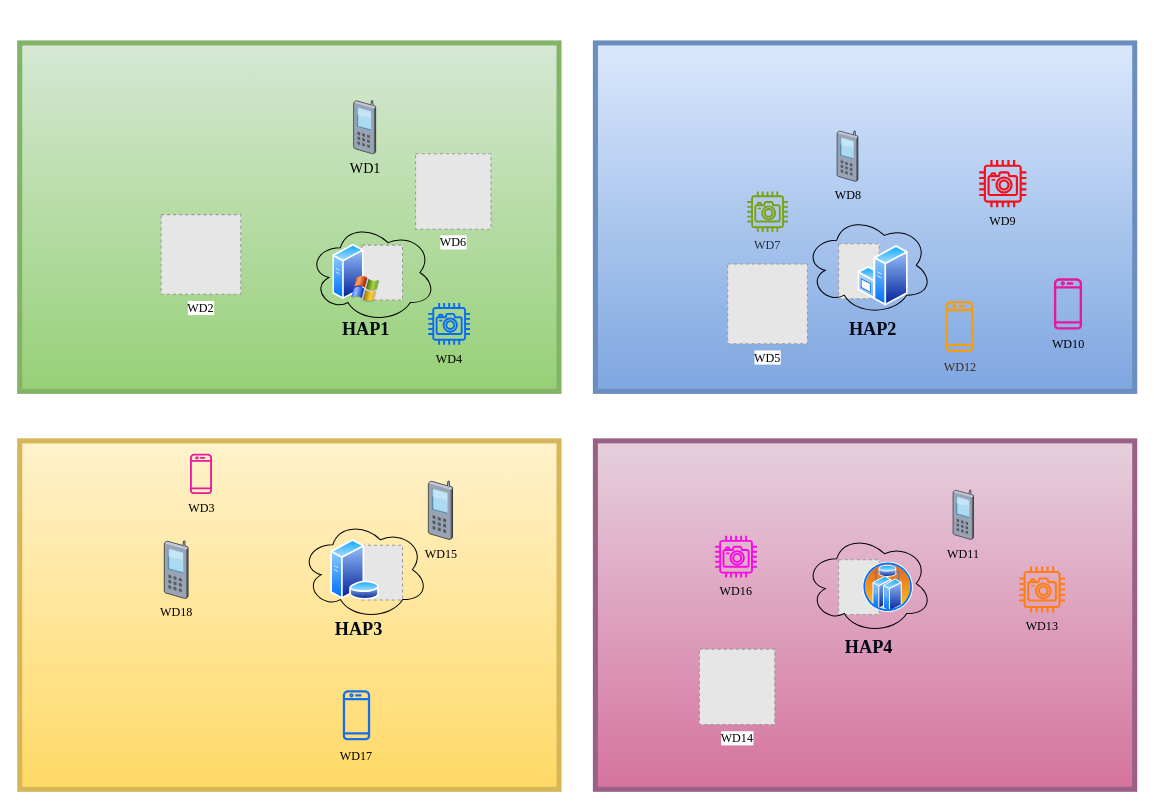
Earlier version of the draw.io diagram page "第 2 页" (2 of 3) of server/multi_devices_distrubution.drawio (lxl0915/Intelligent_Housekeeper). Source tidied: cells renumbered, new cells numbered last; positions are measured from the earlier drawing's top-left corner, leaving out a move shared by most shapes. Both pictures are drawn from the tidied source at 101%, with x=0, y=0 at pixel (19, 42). Pictures stored in the file or linked from it are replaced by grey dashed boxes.
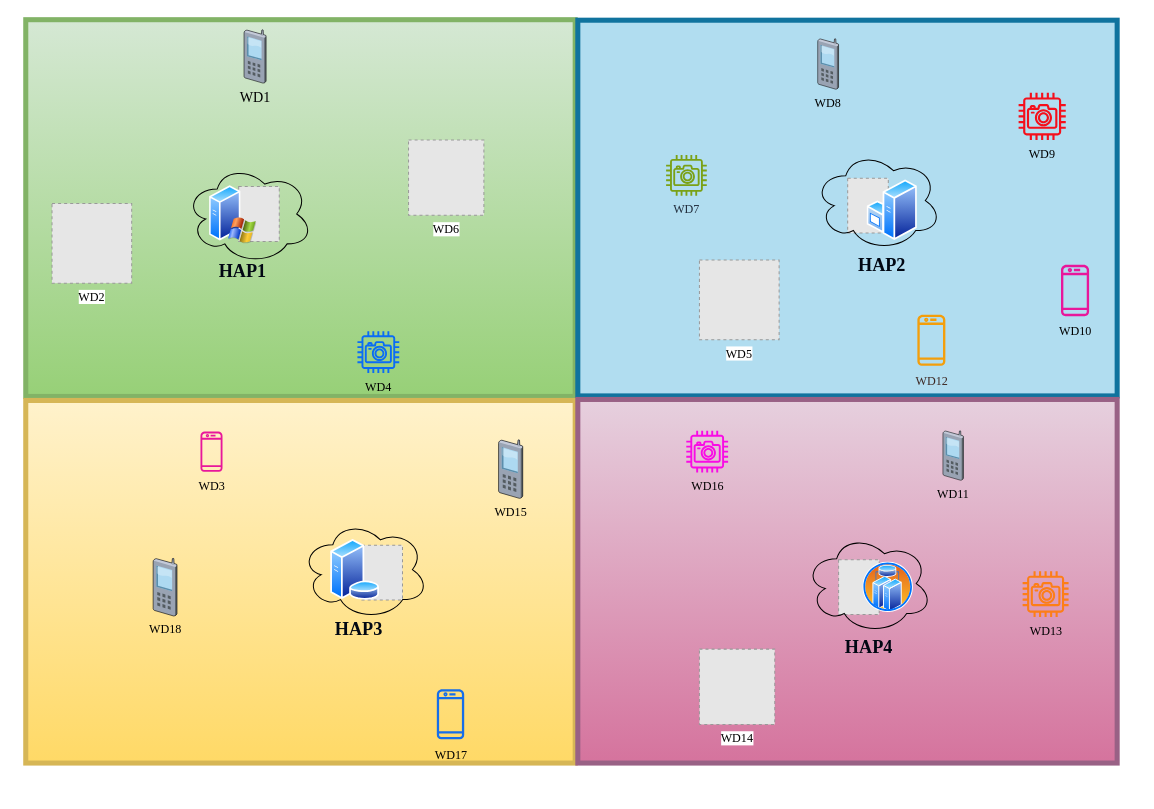
Above is the later version.

Change to the diagram source:
```diff
@@
+    <mxCell id="5" style="rounded=0;whiteSpace=wrap;html=1;strokeColor=#82b366;fillColor=#d5e8d4;strokeWidth=5;gradientColor=#97d077;" parent="1" vertex="1">
+      <mxGeometry x="6" y="-23" width="544" height="373" as="geometry" />
+    </mxCell>
+    <mxCell id="4" style="rounded=0;whiteSpace=wrap;html=1;strokeColor=#10739e;fillColor=#b1ddf0;strokeWidth=5;" parent="1" vertex="1">
+      <mxGeometry x="552.6" y="-22.5" width="534" height="372" as="geometry" />
+    </mxCell>
     <mxCell id="2" style="rounded=0;whiteSpace=wrap;html=1;strokeColor=#d6b656;fillColor=#fff2cc;strokeWidth=5;gradientColor=#ffd966;" parent="1" vertex="1">
-      <mxGeometry y="394" width="534" height="345" as="geometry" />
+      <mxGeometry x="6" y="354" width="544" height="359" as="geometry" />
     </mxCell>
     <mxCell id="3" style="rounded=0;whiteSpace=wrap;html=1;strokeColor=#996185;fillColor=#e6d0de;strokeWidth=5;gradientColor=#d5739d;" parent="1" vertex="1">
-      <mxGeometry x="570" y="394" width="534" height="345" as="geometry" />
+      <mxGeometry x="552.6" y="353" width="534" height="360" as="geometry" />
     </mxCell>
-    <mxCell id="4" style="rounded=0;whiteSpace=wrap;html=1;strokeColor=#6c8ebf;fillColor=#dae8fc;strokeWidth=5;gradientColor=#7ea6e0;" parent="1" vertex="1">
-      <mxGeometry x="570" width="534" height="345" as="geometry" />
-    </mxCell>
-    <mxCell id="5" style="rounded=0;whiteSpace=wrap;html=1;strokeColor=#82b366;fillColor=#d5e8d4;strokeWidth=5;gradientColor=#97d077;" parent="1" vertex="1">
-      <mxGeometry width="534" height="345" as="geometry" />
-    </mxCell>
     <mxCell id="6" style="fillColor=#E6E6E6;strokeColor=#999999;dashed=1;verticalLabelPosition=bottom;labelBackgroundColor=default;verticalAlign=top;fontFamily=Times New Roman;" parent="1" vertex="1">
-      <mxGeometry x="338.8" y="200.2" width="40.2" height="54.3" as="geometry" />
+      <mxGeometry x="216.8" y="142.2" width="40.2" height="54.3" as="geometry" />
     </mxCell>
     <mxCell id="7" style="image;perimeter=ellipsePerimeter;html=1;align=center;shadow=0;dashed=0;spacingTop=3;image=img/lib/active_directory/windows_server_2.svg;imageBackground=none;fontFamily=Times New Roman;" parent="1" vertex="1">
-      <mxGeometry x="310" y="198.9" width="46.9" height="58.6" as="geometry" />
+      <mxGeometry x="188" y="140.9" width="46.9" height="58.6" as="geometry" />
     </mxCell>
     <mxCell id="8" value="WD10" style="sketch=0;gradientColor=none;fillColor=#e8179b;strokeColor=#996185;dashed=0;verticalLabelPosition=bottom;verticalAlign=top;align=center;html=1;fontSize=12;fontStyle=0;shape=mxgraph.aws4.mobile_client;fontFamily=Times New Roman;" parent="1" vertex="1">
-      <mxGeometry x="1024" y="232" width="27.8" height="52.9" as="geometry" />
+      <mxGeometry x="1031" y="218.7" width="27.8" height="52.9" as="geometry" />
     </mxCell>
     <mxCell id="9" value="WD11" style="verticalLabelPosition=bottom;sketch=0;html=1;verticalAlign=top;align=center;shape=mxgraph.citrix.cell_phone;fillColor=#fad7ac;strokeColor=#b46504;fontFamily=Times New Roman;" parent="1" vertex="1">
-      <mxGeometry x="924" y="442.6" width="20.4" height="49" as="geometry" />
+      <mxGeometry x="914" y="384" width="20.4" height="49" as="geometry" />
     </mxCell>
     <mxCell id="10" value="WD7" style="sketch=0;fontColor=#232F3E;gradientColor=none;fillColor=#7AA116;strokeColor=none;dashed=0;verticalLabelPosition=bottom;verticalAlign=top;align=center;html=1;fontSize=12;fontStyle=0;shape=mxgraph.aws4.camera;fontFamily=Times New Roman;" parent="1" vertex="1">
-      <mxGeometry x="720.3" y="147" width="40.3" height="40.3" as="geometry" />
+      <mxGeometry x="640" y="111" width="40.3" height="40.3" as="geometry" />
     </mxCell>
     <mxCell id="11" value="WD13" style="sketch=0;fillColor=#fd7e17;strokeColor=#36393d;dashed=0;verticalLabelPosition=bottom;verticalAlign=top;align=center;html=1;fontSize=12;fontStyle=0;shape=mxgraph.aws4.camera;fontFamily=Times New Roman;" parent="1" vertex="1">
-      <mxGeometry x="989.5" y="518.4" width="45.5" height="45.5" as="geometry" />
+      <mxGeometry x="993" y="523" width="45.5" height="45.5" as="geometry" />
     </mxCell>
     <mxCell id="12" value="WD9" style="sketch=0;fillColor=#f50f1b;strokeColor=#ae4132;dashed=0;verticalLabelPosition=bottom;verticalAlign=top;align=center;html=1;fontSize=12;fontStyle=0;shape=mxgraph.aws4.camera;fontFamily=Times New Roman;" parent="1" vertex="1">
-      <mxGeometry x="950" y="116" width="46.7" height="46.7" as="geometry" />
+      <mxGeometry x="989" y="49.4" width="46.7" height="46.7" as="geometry" />
     </mxCell>
     <mxCell id="13" value="WD12" style="sketch=0;fontColor=#3e2823;gradientColor=none;fillColor=#f49e0b;strokeColor=none;dashed=0;verticalLabelPosition=bottom;verticalAlign=top;align=center;html=1;fontSize=12;fontStyle=0;shape=mxgraph.aws4.mobile_client;fontFamily=Times New Roman;" parent="1" vertex="1">
-      <mxGeometry x="916.7" y="254.4" width="27.7" height="52.7" as="geometry" />
+      <mxGeometry x="888.8" y="268" width="27.7" height="52.7" as="geometry" />
     </mxCell>
     <mxCell id="14" value="WD17" style="sketch=0;gradientColor=none;fillColor=#166ee9;strokeColor=#6c8ebf;dashed=0;verticalLabelPosition=bottom;verticalAlign=top;align=center;html=1;fontSize=12;fontStyle=0;shape=mxgraph.aws4.mobile_client;fontFamily=Times New Roman;" parent="1" vertex="1">
-      <mxGeometry x="319.9" y="640" width="27.1" height="51.5" as="geometry" />
+      <mxGeometry x="413" y="639" width="27.1" height="51.5" as="geometry" />
     </mxCell>
     <mxCell id="15" value="WD2" style="fillColor=#E6E6E6;strokeColor=#999999;dashed=1;html=1;verticalAlign=top;verticalLabelPosition=bottom;labelBackgroundColor=#ffffff;fontFamily=Times New Roman;" parent="1" vertex="1">
-      <mxGeometry x="140" y="170" width="78.9" height="78.9" as="geometry" />
+      <mxGeometry x="32" y="159" width="78.9" height="78.9" as="geometry" />
     </mxCell>
     <mxCell id="16" style="ellipse;shape=cloud;whiteSpace=wrap;html=1;fillColor=none;fontFamily=Times New Roman;" parent="1" vertex="1">
-      <mxGeometry x="286" y="178" width="126" height="98.7" as="geometry" />
+      <mxGeometry x="164" y="120" width="126" height="98.7" as="geometry" />
     </mxCell>
     <mxCell id="17" value="WD6" style="fillColor=#E6E6E6;strokeColor=#999999;dashed=1;html=1;verticalAlign=top;verticalLabelPosition=bottom;labelBackgroundColor=#ffffff;fontFamily=Times New Roman;" parent="1" vertex="1">
-      <mxGeometry x="392" y="109.8" width="74.6" height="74.6" as="geometry" />
+      <mxGeometry x="385" y="96.1" width="74.6" height="74.6" as="geometry" />
     </mxCell>
     <mxCell id="18" value="WD4" style="sketch=0;gradientColor=none;fillColor=#0a6cf5;strokeColor=#0e71fb;dashed=0;verticalLabelPosition=bottom;verticalAlign=top;align=center;html=1;fontSize=12;fontStyle=0;shape=mxgraph.aws4.camera;fontFamily=Times New Roman;" parent="1" vertex="1">
-      <mxGeometry x="404.5" y="257.5" width="41.4" height="41.4" as="geometry" />
+      <mxGeometry x="334.4" y="285.5" width="41.4" height="41.4" as="geometry" />
     </mxCell>
     <mxCell id="19" value="&lt;font style=&quot;font-size: 14px;&quot;&gt;WD1&lt;/font&gt;" style="verticalLabelPosition=bottom;sketch=0;html=1;verticalAlign=top;align=center;shape=mxgraph.citrix.cell_phone;fillColor=#fad7ac;strokeColor=#b46504;fontFamily=Times New Roman;" parent="1" vertex="1">
-      <mxGeometry x="330.5" y="57" width="22" height="52.8" as="geometry" />
+      <mxGeometry x="222" y="-13" width="22" height="52.8" as="geometry" />
     </mxCell>
     <mxCell id="20" value="WD15" style="verticalLabelPosition=bottom;sketch=0;html=1;verticalAlign=top;align=center;shape=mxgraph.citrix.cell_phone;fillColor=#fad7ac;strokeColor=#b46504;fontFamily=Times New Roman;" parent="1" vertex="1">
-      <mxGeometry x="404.5" y="433.7" width="24.1" height="57.9" as="geometry" />
+      <mxGeometry x="474" y="393" width="24.1" height="57.9" as="geometry" />
     </mxCell>
     <mxCell id="21" value="WD3" style="sketch=0;gradientColor=none;fillColor=#e8179b;strokeColor=#996185;dashed=0;verticalLabelPosition=bottom;verticalAlign=top;align=center;html=1;fontSize=12;fontStyle=0;shape=mxgraph.aws4.mobile_client;fontFamily=Times New Roman;" parent="1" vertex="1">
-      <mxGeometry x="168.6" y="406" width="21.8" height="41.4" as="geometry" />
+      <mxGeometry x="179" y="384" width="21.8" height="41.4" as="geometry" />
     </mxCell>
     <mxCell id="22" value="WD18" style="verticalLabelPosition=bottom;sketch=0;html=1;verticalAlign=top;align=center;shape=mxgraph.citrix.cell_phone;fillColor=#fad7ac;strokeColor=#b46504;fontFamily=Times New Roman;" parent="1" vertex="1">
-      <mxGeometry x="143" y="493" width="23.8" height="57.1" as="geometry" />
+      <mxGeometry x="132" y="510.3" width="23.8" height="57.1" as="geometry" />
     </mxCell>
     <mxCell id="23" value="WD5" style="fillColor=#E6E6E6;strokeColor=#999999;dashed=1;html=1;verticalAlign=top;verticalLabelPosition=bottom;labelBackgroundColor=#ffffff;fontFamily=Times New Roman;" parent="1" vertex="1">
-      <mxGeometry x="701" y="219" width="78.9" height="78.9" as="geometry" />
+      <mxGeometry x="673" y="215" width="78.9" height="78.9" as="geometry" />
     </mxCell>
     <mxCell id="24" value="WD8" style="verticalLabelPosition=bottom;sketch=0;html=1;verticalAlign=top;align=center;shape=mxgraph.citrix.cell_phone;fillColor=#fad7ac;strokeColor=#b46504;fontFamily=Times New Roman;" parent="1" vertex="1">
-      <mxGeometry x="809.2" y="87" width="20.8" height="50" as="geometry" />
+      <mxGeometry x="790" y="-4.2" width="20.8" height="50" as="geometry" />
     </mxCell>
@@
     <mxCell id="27" style="fillColor=#E6E6E6;strokeColor=#999999;dashed=1;verticalLabelPosition=bottom;labelBackgroundColor=default;verticalAlign=top;fontFamily=Times New Roman;" parent="1" vertex="1">
-      <mxGeometry x="810.8" y="198.9" width="40.2" height="54.3" as="geometry" />
+      <mxGeometry x="819.8" y="133.9" width="40.2" height="54.3" as="geometry" />
     </mxCell>
     <mxCell id="28" style="image;perimeter=ellipsePerimeter;html=1;align=center;shadow=0;dashed=0;spacingTop=3;image=img/lib/active_directory/windows_server.svg;fontFamily=Times New Roman;" parent="1" vertex="1">
-      <mxGeometry x="830" y="200.2" width="49.8" height="60.8" as="geometry" />
+      <mxGeometry x="839" y="135.2" width="49.8" height="60.8" as="geometry" />
     </mxCell>
@@
     <mxCell id="32" style="ellipse;shape=cloud;whiteSpace=wrap;html=1;fillColor=none;fontFamily=Times New Roman;" parent="1" vertex="1">
-      <mxGeometry x="777.4" y="170.8" width="126" height="98.7" as="geometry" />
+      <mxGeometry x="786.4" y="106.8" width="126" height="98.7" as="geometry" />
     </mxCell>
@@
     <mxCell id="34" value="&lt;font style=&quot;font-size: 18px;&quot;&gt;HAP1&lt;/font&gt;" style="text;html=1;strokeColor=none;fillColor=none;align=center;verticalAlign=middle;whiteSpace=wrap;rounded=0;fontColor=#010713;fontFamily=Times New Roman;fontStyle=1;" parent="1" vertex="1">
-      <mxGeometry x="303.2" y="269.5" width="79.6" height="29.4" as="geometry" />
+      <mxGeometry x="181.2" y="211.5" width="79.6" height="29.4" as="geometry" />
     </mxCell>
     <mxCell id="35" value="&lt;font style=&quot;font-size: 18px;&quot;&gt;HAP2&lt;/font&gt;" style="text;html=1;strokeColor=none;fillColor=none;align=center;verticalAlign=middle;whiteSpace=wrap;rounded=0;fontColor=#010713;fontFamily=Times New Roman;fontStyle=1;" parent="1" vertex="1">
-      <mxGeometry x="805.3" y="269.5" width="79.6" height="29.4" as="geometry" />
+      <mxGeometry x="814.3" y="205.5" width="79.6" height="29.4" as="geometry" />
     </mxCell>
@@
     <mxCell id="38" value="WD16" style="sketch=0;gradientColor=none;fillColor=#f90be5;strokeColor=#e60a0a;dashed=0;verticalLabelPosition=bottom;verticalAlign=top;align=center;html=1;fontSize=12;fontStyle=0;shape=mxgraph.aws4.camera;fontFamily=Times New Roman;" parent="1" vertex="1">
-      <mxGeometry x="688.6" y="488" width="41.4" height="41.4" as="geometry" />
+      <mxGeometry x="660" y="384" width="41.4" height="41.4" as="geometry" />
     </mxCell>
```
